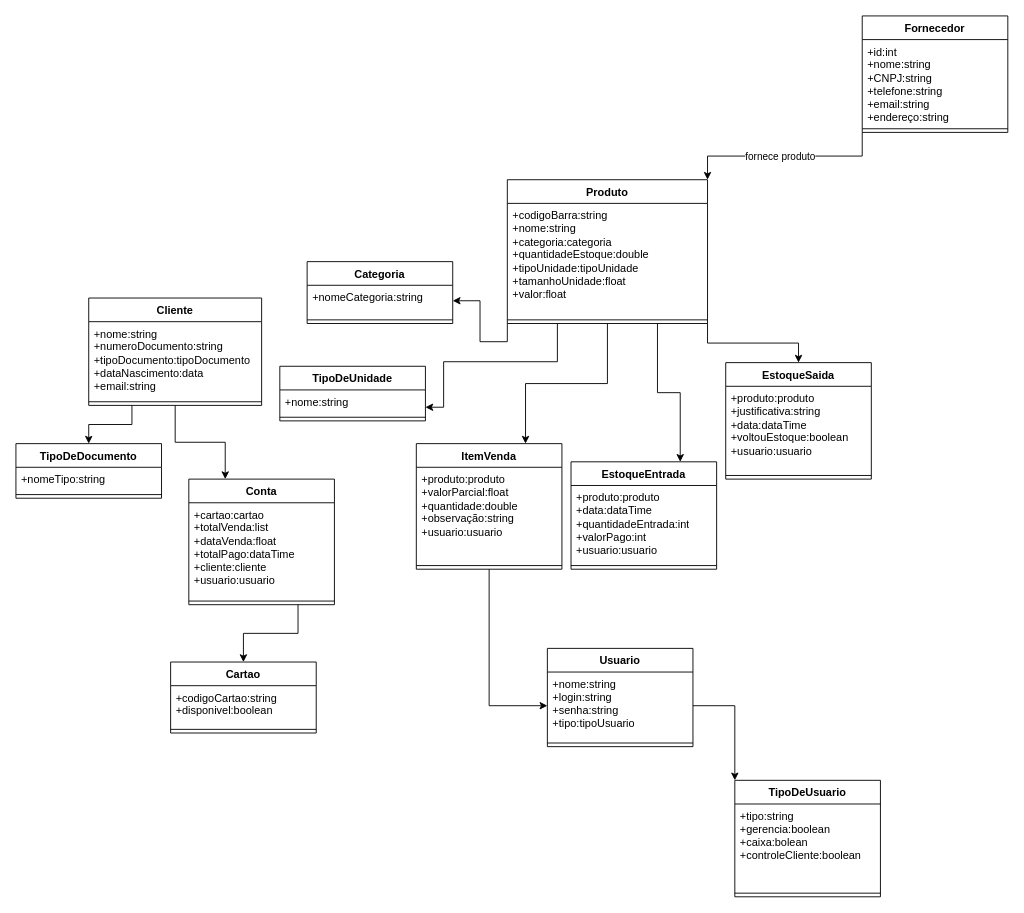
Above: estoque.drawio in Brandaoc/estoque (draw.io), before the change. Source tidied: cells renumbered, new cells numbered last; positions are measured from the earlier drawing's top-left corner, leaving out a move shared by most shapes. Both pictures are drawn from the tidied source at 91%, with x=0, y=0 at pixel (15, 15).
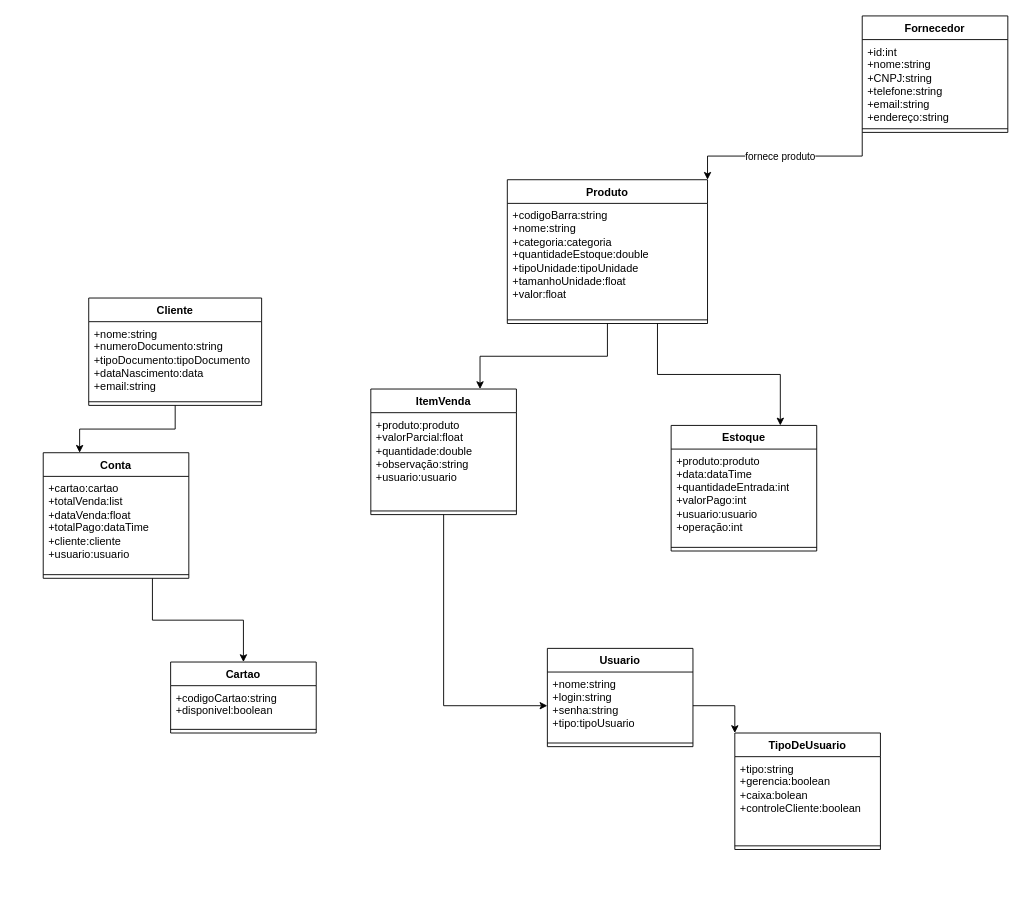
The same diagram, later.

The change refers to these unchanged cells:
```xml
<mxCell id="7" value="Produto" style="swimlane;fontStyle=1;align=center;verticalAlign=top;horizontal=1;startSize=26;whiteSpace=wrap;html=1;" parent="1" vertex="1">
  <mxGeometry x="540" y="180" width="220" height="158" as="geometry" />
</mxCell>
<mxCell id="32" value="Cliente" style="swimlane;fontStyle=1;align=center;verticalAlign=top;horizontal=1;startSize=26;whiteSpace=wrap;html=1;" parent="1" vertex="1">
  <mxGeometry x="80" y="310" width="190" height="118" as="geometry" />
</mxCell>
```

What changed in the source:
```diff
@@
-    <mxCell id="2" style="edgeStyle=orthogonalEdgeStyle;rounded=0;jettySize=auto;html=1;exitX=1;exitY=1;exitDx=0;exitDy=0;" parent="1" edge="1" source="7" target="10">
-      <mxGeometry relative="1" as="geometry" />
-    </mxCell>
@@
-    <mxCell id="5" style="edgeStyle=orthogonalEdgeStyle;rounded=0;jettySize=auto;html=1;exitX=0.25;exitY=1;exitDx=0;exitDy=0;entryX=1;entryY=0.75;entryDx=0;entryDy=0;" parent="1" edge="1" source="7" target="38">
-      <mxGeometry relative="1" as="geometry">
-        <Array as="points">
-          <mxPoint x="595" y="380" />
-          <mxPoint x="470" y="380" />
-          <mxPoint x="470" y="430" />
-        </Array>
-      </mxGeometry>
-    </mxCell>
-    <mxCell id="6" style="edgeStyle=orthogonalEdgeStyle;rounded=0;jettySize=auto;html=1;exitX=0;exitY=1;exitDx=0;exitDy=0;" parent="1" edge="1" source="7" target="36">
-      <mxGeometry relative="1" as="geometry" />
-    </mxCell>
@@
-    <mxCell id="10" value="EstoqueSaida" style="swimlane;fontStyle=1;align=center;verticalAlign=top;horizontal=1;startSize=26;whiteSpace=wrap;html=1;" parent="1" vertex="1">
-      <mxGeometry x="780" y="381" width="160" height="128" as="geometry" />
-    </mxCell>
-    <mxCell id="11" value="+produto:produto&lt;div&gt;+justificativa:string&lt;/div&gt;&lt;div&gt;+data:dataTime&lt;/div&gt;&lt;div&gt;+voltouEstoque:boolean&lt;/div&gt;&lt;div&gt;+usuario:usuario&lt;/div&gt;" style="text;align=left;verticalAlign=top;spacingLeft=4;spacingRight=4;overflow=hidden;whiteSpace=wrap;html=1;" parent="10" vertex="1">
-      <mxGeometry y="26" width="160" height="94" as="geometry" />
-    </mxCell>
-    <mxCell id="12" style="line;strokeWidth=1;align=left;verticalAlign=middle;spacingTop=-1;spacingLeft=3;spacingRight=3;labelPosition=right;" parent="10" vertex="1">
-      <mxGeometry y="120" width="160" height="8" as="geometry" />
-    </mxCell>
@@
     <mxCell id="14" value="ItemVenda" style="swimlane;fontStyle=1;align=center;verticalAlign=top;horizontal=1;startSize=26;whiteSpace=wrap;html=1;" parent="1" vertex="1">
-      <mxGeometry x="440" y="470" width="160" height="138" as="geometry" />
+      <mxGeometry x="390" y="410" width="160" height="138" as="geometry" />
     </mxCell>
@@
-    <mxCell id="17" value="EstoqueEntrada" style="swimlane;fontStyle=1;align=center;verticalAlign=top;horizontal=1;startSize=26;whiteSpace=wrap;html=1;" parent="1" vertex="1">
-      <mxGeometry x="610" y="490" width="160" height="118" as="geometry" />
+    <mxCell id="17" value="Estoque" style="swimlane;fontStyle=1;align=center;verticalAlign=top;horizontal=1;startSize=26;whiteSpace=wrap;html=1;" parent="1" vertex="1">
+      <mxGeometry x="720" y="450" width="160" height="138" as="geometry" />
     </mxCell>
-    <mxCell id="18" value="+produto:produto&lt;div&gt;+data:dataTime&lt;/div&gt;&lt;div&gt;+quantidadeEntrada:int&lt;/div&gt;&lt;div&gt;+valorPago:int&lt;/div&gt;&lt;div&gt;+usuario:usuario&lt;/div&gt;" style="text;align=left;verticalAlign=top;spacingLeft=4;spacingRight=4;overflow=hidden;whiteSpace=wrap;html=1;" parent="17" vertex="1">
-      <mxGeometry y="26" width="160" height="84" as="geometry" />
+    <mxCell id="18" value="+produto:produto&lt;div&gt;+data:dataTime&lt;/div&gt;&lt;div&gt;+quantidadeEntrada:int&lt;/div&gt;&lt;div&gt;+valorPago:int&lt;/div&gt;&lt;div&gt;+usuario:usuario&lt;/div&gt;&lt;div&gt;+operação:int&lt;/div&gt;" style="text;align=left;verticalAlign=top;spacingLeft=4;spacingRight=4;overflow=hidden;whiteSpace=wrap;html=1;" parent="17" vertex="1">
+      <mxGeometry y="26" width="160" height="104" as="geometry" />
     </mxCell>
     <mxCell id="19" style="line;strokeWidth=1;align=left;verticalAlign=middle;spacingTop=-1;spacingLeft=3;spacingRight=3;labelPosition=right;" parent="17" vertex="1">
-      <mxGeometry y="110" width="160" height="8" as="geometry" />
+      <mxGeometry y="130" width="160" height="8" as="geometry" />
     </mxCell>
@@
     <mxCell id="24" value="Conta" style="swimlane;fontStyle=1;align=center;verticalAlign=top;horizontal=1;startSize=26;whiteSpace=wrap;html=1;" parent="1" vertex="1">
-      <mxGeometry x="190" y="509" width="160" height="138" as="geometry" />
+      <mxGeometry x="30" y="480" width="160" height="138" as="geometry" />
     </mxCell>
@@
-    <mxCell id="31" style="edgeStyle=orthogonalEdgeStyle;rounded=0;jettySize=auto;html=1;exitX=0.25;exitY=1;exitDx=0;exitDy=0;entryX=0.5;entryY=0;entryDx=0;entryDy=0;" parent="1" edge="1" source="32" target="41">
-      <mxGeometry relative="1" as="geometry" />
-    </mxCell>
@@
-    <mxCell id="35" value="Categoria" style="swimlane;fontStyle=1;align=center;verticalAlign=top;horizontal=1;startSize=26;whiteSpace=wrap;html=1;" parent="1" vertex="1">
-      <mxGeometry x="320" y="270" width="160" height="68" as="geometry" />
-    </mxCell>
-    <mxCell id="36" value="+nomeCategoria:string" style="text;align=left;verticalAlign=top;spacingLeft=4;spacingRight=4;overflow=hidden;points=[[0,0.5],[1,0.5]];portConstraint=eastwest;whiteSpace=wrap;html=1;" parent="35" vertex="1">
-      <mxGeometry y="26" width="160" height="34" as="geometry" />
-    </mxCell>
-    <mxCell id="37" style="line;strokeWidth=1;align=left;verticalAlign=middle;spacingTop=-1;spacingLeft=3;spacingRight=3;labelPosition=right;" parent="35" vertex="1">
-      <mxGeometry y="60" width="160" height="8" as="geometry" />
-    </mxCell>
-    <mxCell id="38" value="TipoDeUnidade" style="swimlane;fontStyle=1;align=center;verticalAlign=top;horizontal=1;startSize=26;whiteSpace=wrap;html=1;" parent="1" vertex="1">
-      <mxGeometry x="290" y="385" width="160" height="60" as="geometry" />
-    </mxCell>
-    <mxCell id="39" value="+nome:string" style="text;align=left;verticalAlign=top;spacingLeft=4;spacingRight=4;overflow=hidden;whiteSpace=wrap;html=1;" parent="38" vertex="1">
-      <mxGeometry y="26" width="160" height="26" as="geometry" />
-    </mxCell>
-    <mxCell id="40" style="line;strokeWidth=1;align=left;verticalAlign=middle;spacingTop=-1;spacingLeft=3;spacingRight=3;labelPosition=right;" parent="38" vertex="1">
-      <mxGeometry y="52" width="160" height="8" as="geometry" />
-    </mxCell>
-    <mxCell id="41" value="TipoDeDocumento" style="swimlane;fontStyle=1;align=center;verticalAlign=top;horizontal=1;startSize=26;whiteSpace=wrap;html=1;" parent="1" vertex="1">
-      <mxGeometry y="470" width="160" height="60" as="geometry" />
-    </mxCell>
-    <mxCell id="42" value="+nomeTipo:string" style="text;align=left;verticalAlign=top;spacingLeft=4;spacingRight=4;overflow=hidden;whiteSpace=wrap;html=1;" parent="41" vertex="1">
-      <mxGeometry y="26" width="160" height="26" as="geometry" />
-    </mxCell>
-    <mxCell id="43" style="line;strokeWidth=1;align=left;verticalAlign=middle;spacingTop=-1;spacingLeft=3;spacingRight=3;labelPosition=right;" parent="41" vertex="1">
-      <mxGeometry y="52" width="160" height="8" as="geometry" />
-    </mxCell>
     <mxCell id="44" value="TipoDeUsuario" style="swimlane;fontStyle=1;align=center;verticalAlign=top;horizontal=1;startSize=26;whiteSpace=wrap;html=1;" parent="1" vertex="1">
-      <mxGeometry x="790" y="840" width="160" height="128" as="geometry" />
+      <mxGeometry x="790" y="788" width="160" height="128" as="geometry" />
     </mxCell>
```
